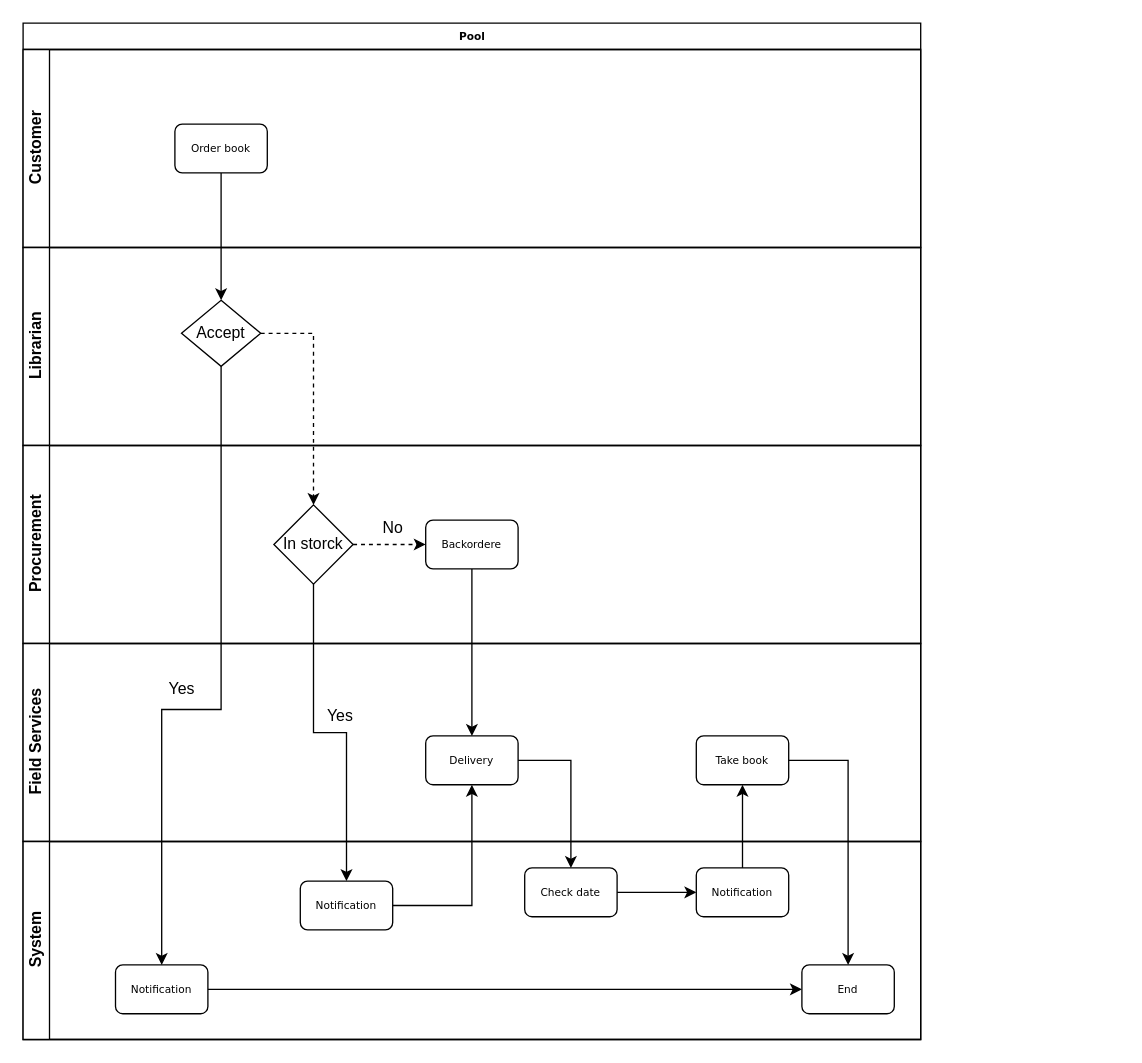
Earlier version of the draw.io diagram flow-chart-borrow.drawio (thang21022000/UseCaseFinalProject). Source tidied: cells renumbered, new cells numbered last; positions are measured from the earlier drawing's top-left corner, leaving out a move shared by most shapes. Both pictures are drawn from the tidied source at 132%, with x=0, y=0 at pixel (22, 22).
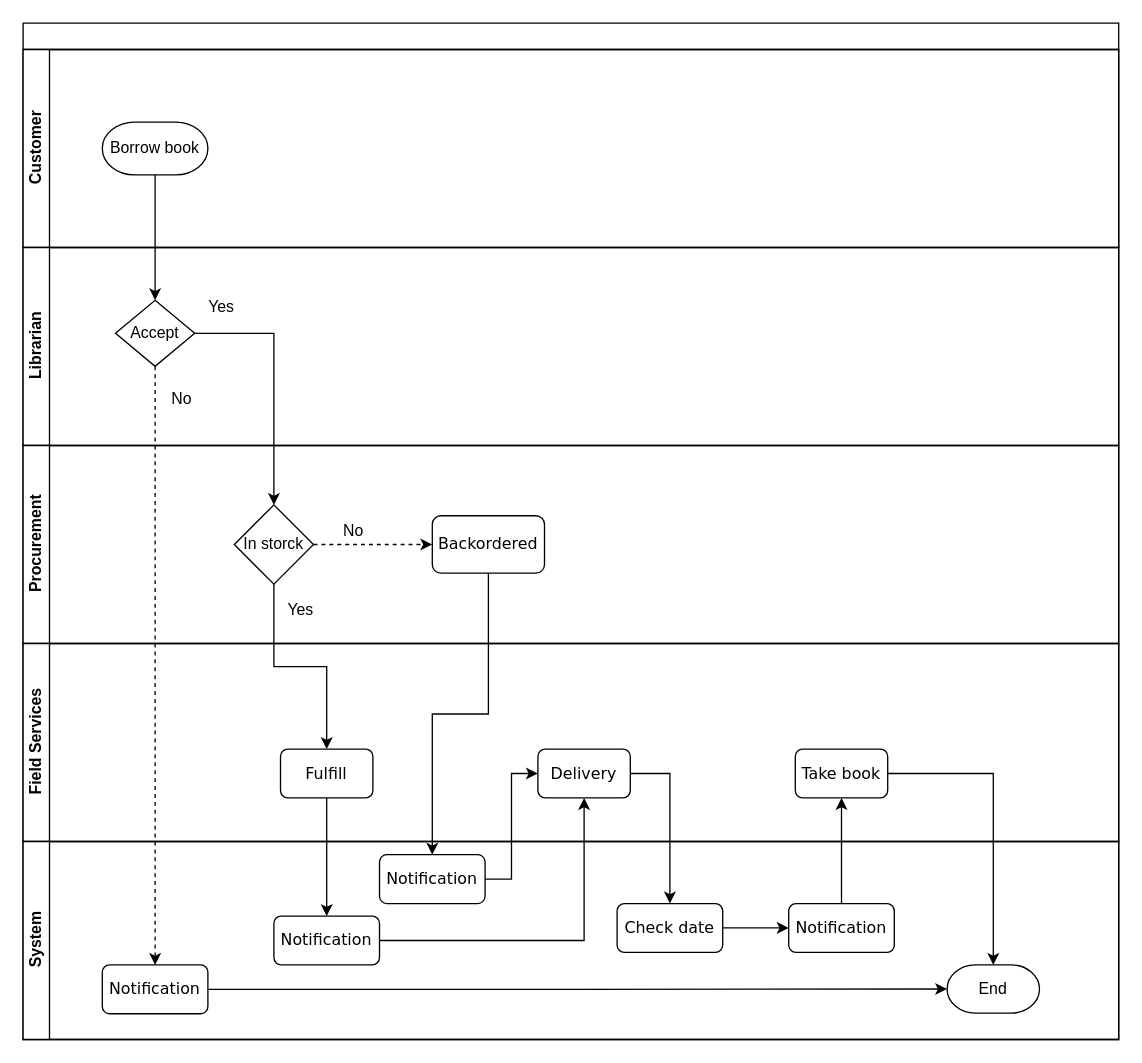
The same page after the edit.

Diff of the diagram source:
```diff
@@
-    <mxCell id="2" value="Pool" style="swimlane;html=1;horizontal=1;startSize=20;rounded=0;shadow=0;labelBackgroundColor=none;strokeWidth=1;fontFamily=Verdana;fontSize=8;align=center;" parent="1" vertex="1">
-      <mxGeometry width="680" height="770" as="geometry" />
+    <mxCell id="2" style="swimlane;html=1;horizontal=1;startSize=20;rounded=0;shadow=0;labelBackgroundColor=none;strokeWidth=1;fontFamily=Verdana;fontSize=8;align=center;" parent="1" vertex="1">
+      <mxGeometry width="830" height="770" as="geometry" />
     </mxCell>
     <mxCell id="3" value="Customer" style="swimlane;html=1;startSize=20;horizontal=0;" parent="2" vertex="1">
-      <mxGeometry y="20" width="680" height="150" as="geometry" />
+      <mxGeometry y="20" width="830" height="150" as="geometry" />
     </mxCell>
-    <mxCell id="4" value="Order book" style="rounded=1;whiteSpace=wrap;html=1;shadow=0;labelBackgroundColor=none;strokeWidth=1;fontFamily=Verdana;fontSize=8;align=center;" parent="3" vertex="1">
-      <mxGeometry x="115" y="56.5" width="70" height="37" as="geometry" />
-    </mxCell>
+    <mxCell id="35" value="Borrow book" style="strokeWidth=1;html=1;shape=mxgraph.flowchart.terminator;whiteSpace=wrap;" parent="3" vertex="1">
+      <mxGeometry x="60" y="55" width="80" height="40" as="geometry" />
+    </mxCell>
     <mxCell id="5" value="Librarian" style="swimlane;html=1;startSize=20;horizontal=0;" parent="2" vertex="1">
-      <mxGeometry y="170" width="680" height="150" as="geometry" />
+      <mxGeometry y="170" width="830" height="150" as="geometry" />
     </mxCell>
     <mxCell id="6" value="Accept" style="strokeWidth=1;html=1;shape=mxgraph.flowchart.decision;whiteSpace=wrap;" parent="5" vertex="1">
-      <mxGeometry x="120" y="40" width="60" height="50" as="geometry" />
+      <mxGeometry x="70" y="40" width="60" height="50" as="geometry" />
     </mxCell>
+    <mxCell id="36" value="Yes" style="text;html=1;align=center;verticalAlign=middle;strokeColor=none;fillColor=none;" parent="5" vertex="1">
+      <mxGeometry x="130" y="30" width="40" height="30" as="geometry" />
+    </mxCell>
+    <mxCell id="19" value="No" style="text;html=1;align=center;verticalAlign=middle;strokeColor=none;fillColor=none;" parent="5" vertex="1">
+      <mxGeometry x="100" y="100" width="40" height="30" as="geometry" />
+    </mxCell>
-    <mxCell id="7" style="edgeStyle=orthogonalEdgeStyle;rounded=0;jettySize=auto;html=1;entryX=0.5;entryY=0;entryDx=0;entryDy=0;entryPerimeter=0;" parent="2" edge="1" source="4" target="6">
+    <mxCell id="7" style="edgeStyle=orthogonalEdgeStyle;rounded=0;jettySize=auto;html=1;entryX=0.5;entryY=0;entryDx=0;entryDy=0;entryPerimeter=0;exitX=0.5;exitY=1;exitDx=0;exitDy=0;exitPerimeter=0;" parent="2" edge="1" source="35" target="6">
       <mxGeometry relative="1" as="geometry" />
     </mxCell>
+    <mxCell id="13" style="edgeStyle=orthogonalEdgeStyle;rounded=0;jettySize=auto;html=1;" parent="2" edge="1" source="6" target="10">
+      <mxGeometry relative="1" as="geometry" />
+    </mxCell>
+    <mxCell id="15" style="edgeStyle=orthogonalEdgeStyle;rounded=0;jettySize=auto;html=1;entryX=0.5;entryY=1;entryDx=0;entryDy=0;" parent="2" edge="1" source="26" target="18">
+      <mxGeometry relative="1" as="geometry" />
+    </mxCell>
+    <mxCell id="16" style="edgeStyle=orthogonalEdgeStyle;rounded=0;jettySize=auto;html=1;dashed=1;exitX=0.5;exitY=1;exitDx=0;exitDy=0;exitPerimeter=0;entryX=0.5;entryY=0;entryDx=0;entryDy=0;" parent="2" edge="1" source="6" target="24">
+      <mxGeometry relative="1" as="geometry">
+        <Array as="points">
+          <mxPoint x="100" y="690" />
+          <mxPoint x="100" y="690" />
+        </Array>
+      </mxGeometry>
+    </mxCell>
     <mxCell id="8" value="Procurement&lt;br&gt;" style="swimlane;html=1;startSize=20;horizontal=0;" parent="2" vertex="1">
-      <mxGeometry y="320" width="680" height="150" as="geometry" />
+      <mxGeometry y="320" width="830" height="150" as="geometry" />
     </mxCell>
@@
     <mxCell id="10" value="In storck" style="strokeWidth=1;html=1;shape=mxgraph.flowchart.decision;whiteSpace=wrap;" parent="8" vertex="1">
-      <mxGeometry x="190" y="45" width="60" height="60" as="geometry" />
+      <mxGeometry x="160" y="45" width="60" height="60" as="geometry" />
     </mxCell>
@@
-    <mxCell id="12" value="Backordere" style="rounded=1;whiteSpace=wrap;html=1;shadow=0;labelBackgroundColor=none;strokeWidth=1;fontFamily=Verdana;fontSize=8;align=center;" parent="8" vertex="1">
-      <mxGeometry x="305" y="56.5" width="70" height="37" as="geometry" />
+    <mxCell id="12" value="&lt;font style=&quot;font-size: 12px;&quot;&gt;Backordered&lt;/font&gt;" style="rounded=1;whiteSpace=wrap;html=1;shadow=0;labelBackgroundColor=none;strokeWidth=1;fontFamily=Verdana;fontSize=8;align=center;" parent="8" vertex="1">
+      <mxGeometry x="310" y="53.2" width="85" height="43.5" as="geometry" />
     </mxCell>
-    <mxCell id="13" style="edgeStyle=orthogonalEdgeStyle;rounded=0;jettySize=auto;html=1;dashed=1;" parent="2" edge="1" source="6" target="10">
-      <mxGeometry relative="1" as="geometry" />
-    </mxCell>
-    <mxCell id="14" style="edgeStyle=orthogonalEdgeStyle;rounded=0;jettySize=auto;html=1;entryX=0.5;entryY=0;entryDx=0;entryDy=0;" parent="2" edge="1" source="10" target="26">
-      <mxGeometry relative="1" as="geometry" />
-    </mxCell>
-    <mxCell id="15" style="edgeStyle=orthogonalEdgeStyle;rounded=0;jettySize=auto;html=1;entryX=0.5;entryY=1;entryDx=0;entryDy=0;" parent="2" edge="1" source="26" target="18">
-      <mxGeometry relative="1" as="geometry" />
-    </mxCell>
-    <mxCell id="16" style="edgeStyle=orthogonalEdgeStyle;rounded=0;jettySize=auto;html=1;entryX=0.5;entryY=0;entryDx=0;entryDy=0;" parent="2" edge="1" source="6" target="24">
-      <mxGeometry relative="1" as="geometry">
-        <Array as="points">
-          <mxPoint x="150" y="520" />
-          <mxPoint x="105" y="520" />
-        </Array>
-      </mxGeometry>
-    </mxCell>
+    <mxCell id="34" value="No" style="text;html=1;align=center;verticalAlign=middle;strokeColor=none;fillColor=none;" parent="8" vertex="1">
+      <mxGeometry x="230" y="50" width="40" height="30" as="geometry" />
+    </mxCell>
+    <mxCell id="21" value="Yes" style="text;html=1;align=center;verticalAlign=middle;strokeColor=none;fillColor=none;" parent="8" vertex="1">
+      <mxGeometry x="190" y="110" width="40" height="30" as="geometry" />
+    </mxCell>
+    <mxCell id="30" style="edgeStyle=orthogonalEdgeStyle;rounded=0;jettySize=auto;html=1;entryX=0.5;entryY=0;entryDx=0;entryDy=0;exitX=1;exitY=0.5;exitDx=0;exitDy=0;" parent="2" edge="1" source="18" target="28">
+      <mxGeometry relative="1" as="geometry" />
+    </mxCell>
+    <mxCell id="31" style="edgeStyle=orthogonalEdgeStyle;rounded=0;jettySize=auto;html=1;" parent="2" edge="1" source="29" target="20">
+      <mxGeometry relative="1" as="geometry" />
+    </mxCell>
+    <mxCell id="32" style="edgeStyle=orthogonalEdgeStyle;rounded=0;jettySize=auto;html=1;entryX=0.5;entryY=0;entryDx=0;entryDy=0;entryPerimeter=0;" parent="2" edge="1" source="20" target="25">
+      <mxGeometry relative="1" as="geometry" />
+    </mxCell>
+    <mxCell id="33" style="edgeStyle=orthogonalEdgeStyle;rounded=0;jettySize=auto;html=1;entryX=0.5;entryY=0;entryDx=0;entryDy=0;" parent="2" edge="1" source="12" target="39">
+      <mxGeometry relative="1" as="geometry" />
+    </mxCell>
+    <mxCell id="37" style="edgeStyle=orthogonalEdgeStyle;rounded=0;jettySize=auto;html=1;entryX=0.5;entryY=0;entryDx=0;entryDy=0;" parent="2" edge="1" source="38" target="26">
+      <mxGeometry relative="1" as="geometry" />
+    </mxCell>
     <mxCell id="17" value="Field Services" style="swimlane;html=1;startSize=20;horizontal=0;" parent="2" vertex="1">
-      <mxGeometry y="470" width="680" height="150" as="geometry" />
+      <mxGeometry y="470" width="830" height="150" as="geometry" />
     </mxCell>
-    <mxCell id="18" value="Delivery" style="rounded=1;whiteSpace=wrap;html=1;shadow=0;labelBackgroundColor=none;strokeWidth=1;fontFamily=Verdana;fontSize=8;align=center;" parent="17" vertex="1">
-      <mxGeometry x="305" y="70" width="70" height="37" as="geometry" />
+    <mxCell id="18" value="&lt;font style=&quot;font-size: 12px;&quot;&gt;Delivery&lt;/font&gt;" style="rounded=1;whiteSpace=wrap;html=1;shadow=0;labelBackgroundColor=none;strokeWidth=1;fontFamily=Verdana;fontSize=8;align=center;" parent="17" vertex="1">
+      <mxGeometry x="390" y="80" width="70" height="37" as="geometry" />
     </mxCell>
-    <mxCell id="19" value="Yes" style="text;html=1;align=center;verticalAlign=middle;strokeColor=none;fillColor=none;" parent="17" vertex="1">
-      <mxGeometry x="100" y="20" width="40" height="30" as="geometry" />
-    </mxCell>
-    <mxCell id="20" value="Take book" style="rounded=1;whiteSpace=wrap;html=1;shadow=0;labelBackgroundColor=none;strokeWidth=1;fontFamily=Verdana;fontSize=8;align=center;" parent="17" vertex="1">
-      <mxGeometry x="510" y="70" width="70" height="37" as="geometry" />
+    <mxCell id="20" value="&lt;font style=&quot;font-size: 12px;&quot;&gt;Take book&lt;/font&gt;" style="rounded=1;whiteSpace=wrap;html=1;shadow=0;labelBackgroundColor=none;strokeWidth=1;fontFamily=Verdana;fontSize=8;align=center;" parent="17" vertex="1">
+      <mxGeometry x="585" y="80" width="70" height="37" as="geometry" />
     </mxCell>
-    <mxCell id="21" value="Yes" style="text;html=1;align=center;verticalAlign=middle;strokeColor=none;fillColor=none;" parent="17" vertex="1">
-      <mxGeometry x="220" y="40" width="40" height="30" as="geometry" />
-    </mxCell>
+    <mxCell id="38" value="&lt;font style=&quot;font-size: 12px;&quot;&gt;Fulfill&lt;/font&gt;" style="rounded=1;whiteSpace=wrap;html=1;shadow=0;labelBackgroundColor=none;strokeWidth=1;fontFamily=Verdana;fontSize=8;align=center;" parent="17" vertex="1">
+      <mxGeometry x="195" y="80" width="70" height="37" as="geometry" />
+    </mxCell>
     <mxCell id="22" value="System" style="swimlane;html=1;startSize=20;horizontal=0;" parent="2" vertex="1">
-      <mxGeometry y="620" width="680" height="150" as="geometry" />
+      <mxGeometry y="620" width="830" height="150" as="geometry" />
     </mxCell>
-    <mxCell id="23" style="edgeStyle=orthogonalEdgeStyle;rounded=0;jettySize=auto;html=1;entryX=0;entryY=0.5;entryDx=0;entryDy=0;" parent="22" edge="1" source="24" target="25">
+    <mxCell id="23" style="edgeStyle=orthogonalEdgeStyle;rounded=0;jettySize=auto;html=1;entryX=0;entryY=0.5;entryDx=0;entryDy=0;entryPerimeter=0;" parent="22" edge="1" source="24" target="25">
       <mxGeometry relative="1" as="geometry" />
     </mxCell>
-    <mxCell id="24" value="Notification" style="rounded=1;whiteSpace=wrap;html=1;shadow=0;labelBackgroundColor=none;strokeWidth=1;fontFamily=Verdana;fontSize=8;align=center;" parent="22" vertex="1">
-      <mxGeometry x="70" y="93.5" width="70" height="37" as="geometry" />
+    <mxCell id="24" value="&lt;font style=&quot;font-size: 12px;&quot;&gt;Notification&lt;/font&gt;" style="rounded=1;whiteSpace=wrap;html=1;shadow=0;labelBackgroundColor=none;strokeWidth=1;fontFamily=Verdana;fontSize=8;align=center;" parent="22" vertex="1">
+      <mxGeometry x="60" y="93.5" width="80" height="37" as="geometry" />
     </mxCell>
-    <mxCell id="25" value="End" style="rounded=1;whiteSpace=wrap;html=1;shadow=0;labelBackgroundColor=none;strokeWidth=1;fontFamily=Verdana;fontSize=8;align=center;" parent="22" vertex="1">
-      <mxGeometry x="590" y="93.5" width="70" height="37" as="geometry" />
-    </mxCell>
-    <mxCell id="26" value="Notification" style="rounded=1;whiteSpace=wrap;html=1;shadow=0;labelBackgroundColor=none;strokeWidth=1;fontFamily=Verdana;fontSize=8;align=center;" parent="22" vertex="1">
-      <mxGeometry x="210" y="30" width="70" height="37" as="geometry" />
+    <mxCell id="26" value="&lt;font style=&quot;font-size: 12px;&quot;&gt;Notification&lt;/font&gt;" style="rounded=1;whiteSpace=wrap;html=1;shadow=0;labelBackgroundColor=none;strokeWidth=1;fontFamily=Verdana;fontSize=8;align=center;" parent="22" vertex="1">
+      <mxGeometry x="190" y="56.5" width="80" height="37" as="geometry" />
     </mxCell>
@@
-    <mxCell id="28" value="Check date" style="rounded=1;whiteSpace=wrap;html=1;shadow=0;labelBackgroundColor=none;strokeWidth=1;fontFamily=Verdana;fontSize=8;align=center;" parent="22" vertex="1">
-      <mxGeometry x="380" y="20" width="70" height="37" as="geometry" />
+    <mxCell id="28" value="&lt;font style=&quot;font-size: 12px;&quot;&gt;Check date&lt;/font&gt;" style="rounded=1;whiteSpace=wrap;html=1;shadow=0;labelBackgroundColor=none;strokeWidth=1;fontFamily=Verdana;fontSize=8;align=center;" parent="22" vertex="1">
+      <mxGeometry x="450" y="47" width="80" height="37" as="geometry" />
     </mxCell>
-    <mxCell id="29" value="Notification" style="rounded=1;whiteSpace=wrap;html=1;shadow=0;labelBackgroundColor=none;strokeWidth=1;fontFamily=Verdana;fontSize=8;align=center;" parent="22" vertex="1">
-      <mxGeometry x="510" y="20" width="70" height="37" as="geometry" />
+    <mxCell id="29" value="&lt;font style=&quot;font-size: 12px;&quot;&gt;Notification&lt;/font&gt;" style="rounded=1;whiteSpace=wrap;html=1;shadow=0;labelBackgroundColor=none;strokeWidth=1;fontFamily=Verdana;fontSize=8;align=center;" parent="22" vertex="1">
+      <mxGeometry x="580" y="47" width="80" height="37" as="geometry" />
     </mxCell>
-    <mxCell id="30" style="edgeStyle=orthogonalEdgeStyle;rounded=0;jettySize=auto;html=1;entryX=0.5;entryY=0;entryDx=0;entryDy=0;" parent="2" edge="1" source="18" target="28">
-      <mxGeometry relative="1" as="geometry" />
-    </mxCell>
-    <mxCell id="31" style="edgeStyle=orthogonalEdgeStyle;rounded=0;jettySize=auto;html=1;" parent="2" edge="1" source="29" target="20">
-      <mxGeometry relative="1" as="geometry" />
-    </mxCell>
-    <mxCell id="32" style="edgeStyle=orthogonalEdgeStyle;rounded=0;jettySize=auto;html=1;entryX=0.5;entryY=0;entryDx=0;entryDy=0;" parent="2" edge="1" source="20" target="25">
-      <mxGeometry relative="1" as="geometry" />
-    </mxCell>
-    <mxCell id="33" style="edgeStyle=orthogonalEdgeStyle;rounded=0;jettySize=auto;html=1;entryX=0.5;entryY=0;entryDx=0;entryDy=0;" parent="2" edge="1" source="12" target="18">
-      <mxGeometry relative="1" as="geometry" />
-    </mxCell>
-    <mxCell id="34" value="No" style="text;html=1;align=center;verticalAlign=middle;strokeColor=none;fillColor=none;" parent="1" vertex="1">
-      <mxGeometry x="260" y="368" width="40" height="30" as="geometry" />
-    </mxCell>
+    <mxCell id="25" value="End" style="strokeWidth=1;html=1;shape=mxgraph.flowchart.terminator;whiteSpace=wrap;" parent="22" vertex="1">
+      <mxGeometry x="700" y="93.5" width="70" height="36.5" as="geometry" />
+    </mxCell>
+    <mxCell id="39" value="&lt;font style=&quot;font-size: 12px;&quot;&gt;Notification&lt;/font&gt;" style="rounded=1;whiteSpace=wrap;html=1;shadow=0;labelBackgroundColor=none;strokeWidth=1;fontFamily=Verdana;fontSize=8;align=center;" parent="22" vertex="1">
+      <mxGeometry x="270" y="10" width="80" height="37" as="geometry" />
+    </mxCell>
+    <mxCell id="40" style="edgeStyle=orthogonalEdgeStyle;rounded=0;jettySize=auto;html=1;entryX=0.5;entryY=0;entryDx=0;entryDy=0;" parent="2" edge="1" source="10" target="38">
+      <mxGeometry relative="1" as="geometry" />
+    </mxCell>
+    <mxCell id="41" style="edgeStyle=orthogonalEdgeStyle;rounded=0;jettySize=auto;html=1;entryX=0;entryY=0.5;entryDx=0;entryDy=0;" parent="2" edge="1" source="39" target="18">
+      <mxGeometry relative="1" as="geometry" />
+    </mxCell>
```
